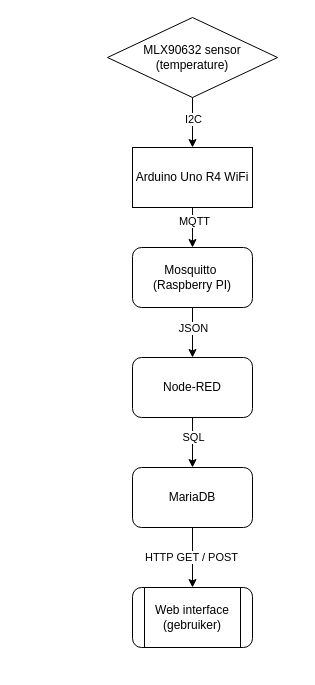
CruZxPog/School-werk keeps this draw.io diagram as .Architectuurschema-integratieproject.drawio. Above is the earlier version. Source tidied: cells renumbered, new cells numbered last; positions are measured from the earlier drawing's top-left corner, leaving out a move shared by most shapes. Both pictures are drawn from the tidied source at 100%, with x=0, y=0 at pixel (107, 17).
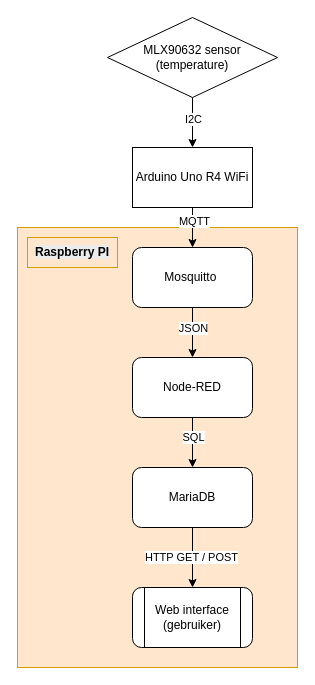
Above is the later version.

Diff of the diagram source:
```diff
@@
+    <mxCell id="18" style="rounded=0;whiteSpace=wrap;html=1;fillColor=#ffe6cc;strokeColor=#d79b00;" parent="1" vertex="1">
+      <mxGeometry x="-90" y="210" width="280" height="440" as="geometry" />
+    </mxCell>
@@
-    <mxCell id="10" value="Mosquitto&amp;nbsp;&lt;div&gt;(Raspberry PI)&lt;/div&gt;" style="rounded=1;whiteSpace=wrap;html=1;" parent="1" vertex="1">
+    <mxCell id="10" value="Mosquitto&amp;nbsp;" style="rounded=1;whiteSpace=wrap;html=1;" parent="1" vertex="1">
       <mxGeometry x="25" y="230" width="120" height="60" as="geometry" />
     </mxCell>
@@
+    <mxCell id="19" value="&lt;b&gt;&lt;br&gt;&lt;span style=&quot;color: rgb(0, 0, 0); font-family: Helvetica; font-size: 12px; font-style: normal; font-variant-ligatures: normal; font-variant-caps: normal; letter-spacing: normal; orphans: 2; text-align: center; text-indent: 0px; text-transform: none; widows: 2; word-spacing: 0px; -webkit-text-stroke-width: 0px; white-space: normal; background-color: rgb(236, 236, 236); text-decoration-thickness: initial; text-decoration-style: initial; text-decoration-color: initial; float: none; display: inline !important;&quot;&gt;Raspberry PI&lt;/span&gt;&lt;/b&gt;&lt;div&gt;&lt;br&gt;&lt;/div&gt;" style="text;html=1;whiteSpace=wrap;align=center;verticalAlign=middle;rounded=0;fillColor=#ffe6cc;strokeColor=#d79b00;" parent="1" vertex="1">
+      <mxGeometry x="-80" y="220" width="90" height="30" as="geometry" />
+    </mxCell>
```
